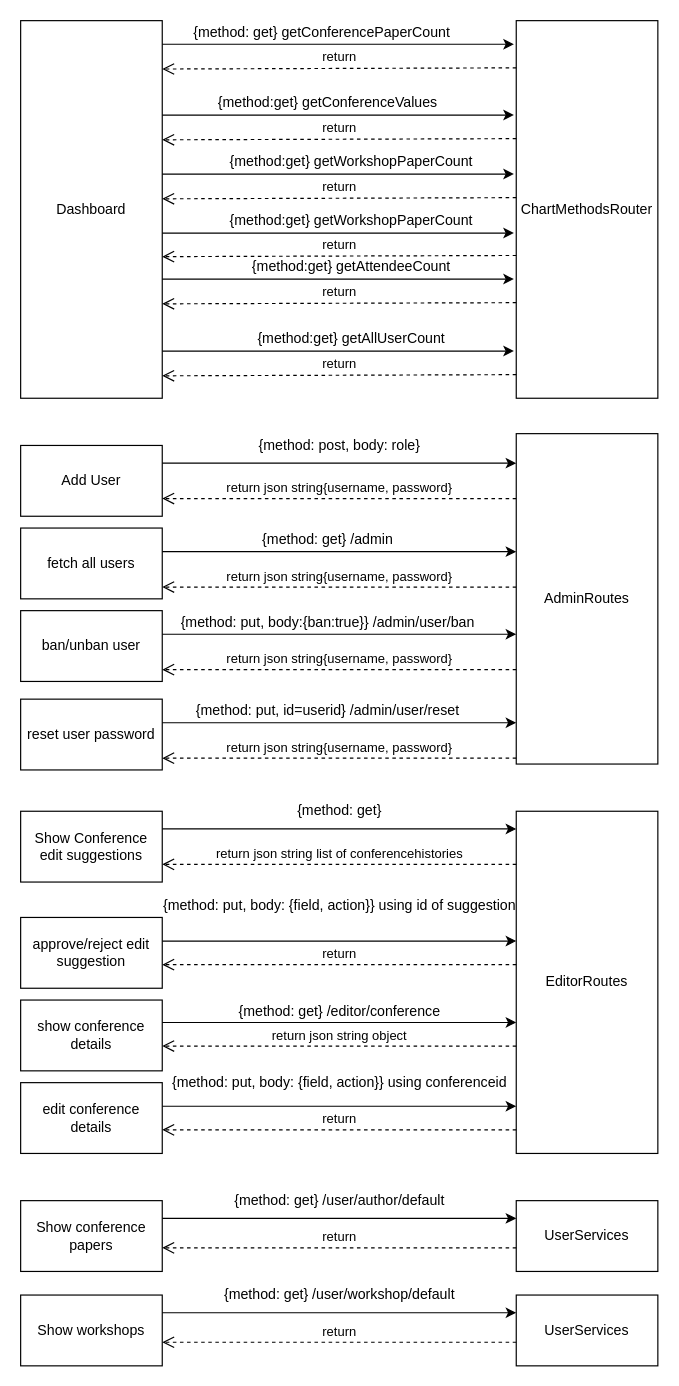
Above: page "admin-NEW" (6 of 9) of diagrams/Sequence_Restapi.drawio in matthew-sliit/conferencemgtool (draw.io), before the change. Source tidied: cells renumbered, new cells numbered last; positions are measured from the earlier drawing's top-left corner, leaving out a move shared by most shapes. Both pictures are drawn from the tidied source at 118%, with x=0, y=0 at pixel (20, 20).
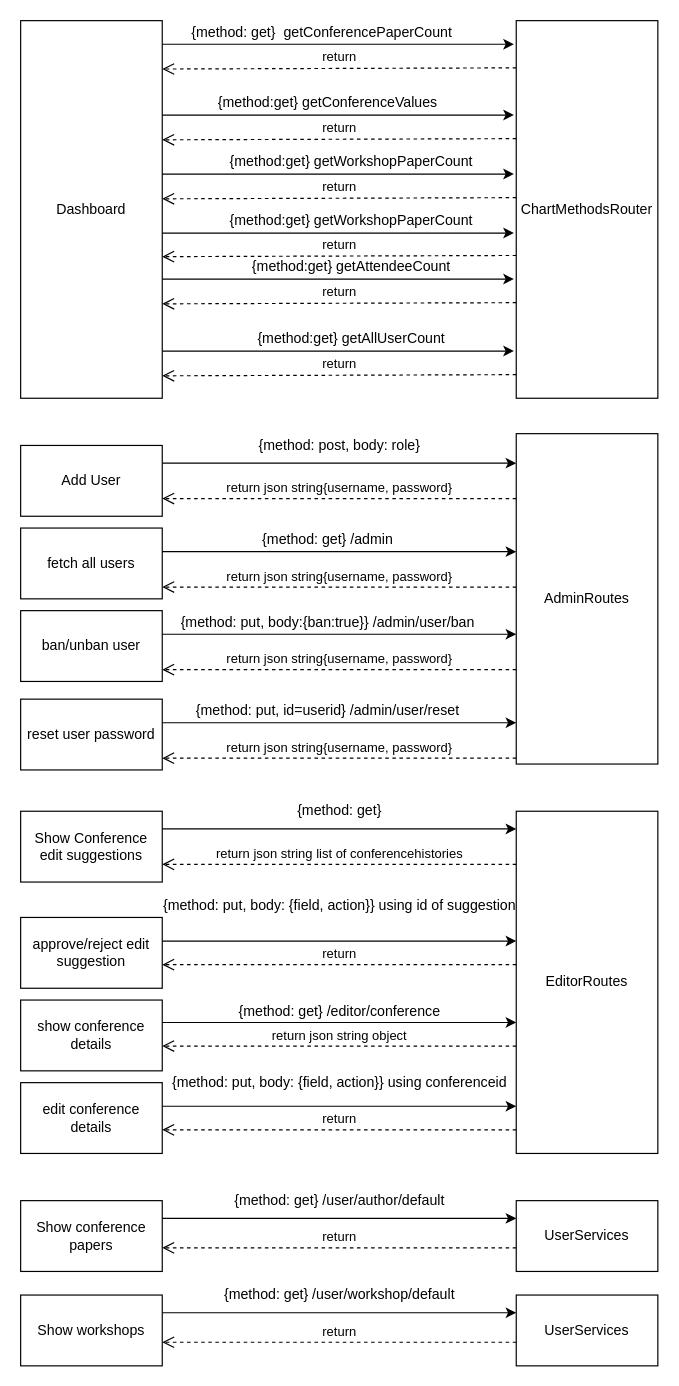
The same diagram, later.

Change to the diagram source:
```diff
@@
-    <mxCell id="8" value="{method: get}&amp;nbsp;getConferencePaperCount" style="text;html=1;align=center;verticalAlign=middle;strokeColor=none;" parent="1" vertex="1">
-      <mxGeometry x="140" width="230" height="20" as="geometry" />
+    <mxCell id="8" value="{method: get}&amp;nbsp; getConferencePaperCount" style="text;html=1;align=center;verticalAlign=middle;strokeColor=none;" parent="1" vertex="1">
+      <mxGeometry x="135" width="240" height="20" as="geometry" />
     </mxCell>
```
